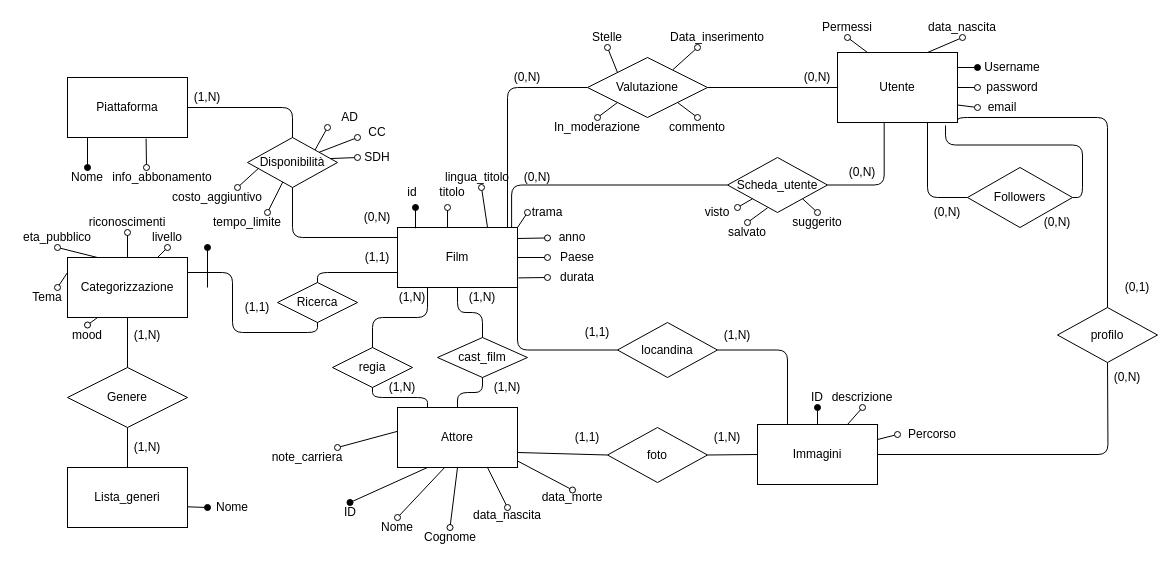
The draw.io diagram database/ER_film.drawio in alessioberton/TecWeb2021, before the edit. Source tidied: cells renumbered, new cells numbered last; positions are measured from the earlier drawing's top-left corner, leaving out a move shared by most shapes. Both pictures are drawn from the tidied source at 100%, with x=0, y=0 at pixel (17, 17).
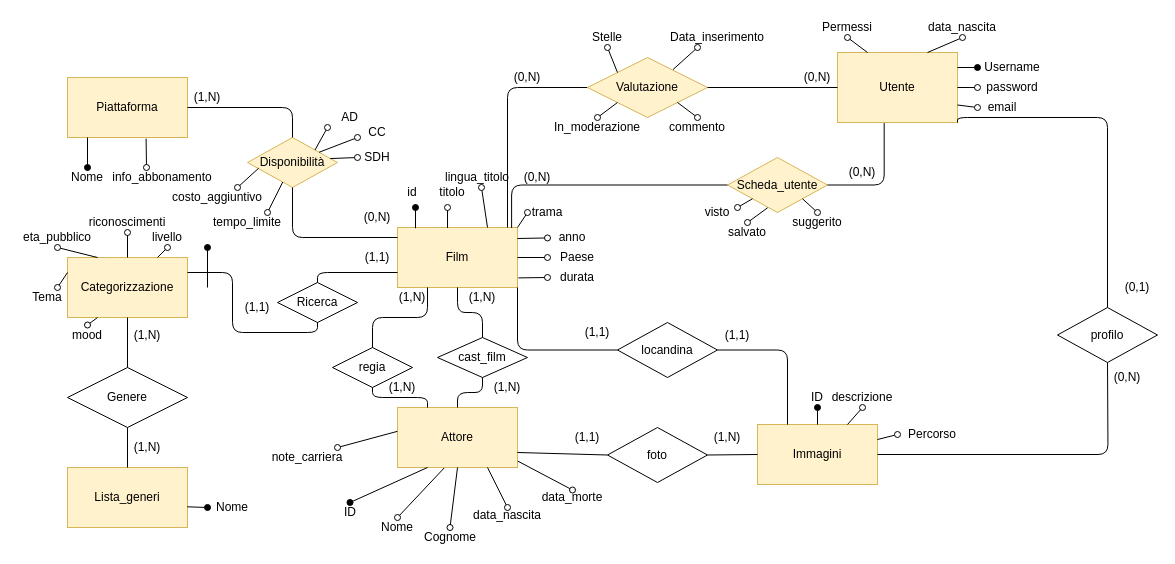
Above is the later version.

Commit message:
tolto follower schema er

What changed in the source:
```diff
@@
-    <mxCell id="2" value="Piattaforma" style="rounded=0;whiteSpace=wrap;html=1;" parent="1" vertex="1">
+    <mxCell id="2" value="Piattaforma" style="rounded=0;whiteSpace=wrap;html=1;fillColor=#fff2cc;strokeColor=#d6b656;" parent="1" vertex="1">
       <mxGeometry x="50" y="60" width="120" height="60" as="geometry" />
     </mxCell>
-    <mxCell id="3" value="Film" style="rounded=0;whiteSpace=wrap;html=1;" parent="1" vertex="1">
+    <mxCell id="3" value="Film" style="rounded=0;whiteSpace=wrap;html=1;fillColor=#fff2cc;strokeColor=#d6b656;" parent="1" vertex="1">
       <mxGeometry x="380" y="210" width="120" height="60" as="geometry" />
     </mxCell>
-    <mxCell id="4" value="Utente" style="rounded=0;whiteSpace=wrap;html=1;" parent="1" vertex="1">
+    <mxCell id="4" value="Utente" style="rounded=0;whiteSpace=wrap;html=1;fillColor=#fff2cc;strokeColor=#d6b656;" parent="1" vertex="1">
       <mxGeometry x="820" y="35" width="120" height="70" as="geometry" />
     </mxCell>
-    <mxCell id="5" value="Attore" style="rounded=0;whiteSpace=wrap;html=1;" parent="1" vertex="1">
+    <mxCell id="5" value="Attore" style="rounded=0;whiteSpace=wrap;html=1;fillColor=#fff2cc;strokeColor=#d6b656;" parent="1" vertex="1">
       <mxGeometry x="380" y="390" width="120" height="60" as="geometry" />
     </mxCell>
@@
-    <mxCell id="8" value="Disponibilità" style="rhombus;whiteSpace=wrap;html=1;" parent="1" vertex="1">
+    <mxCell id="8" value="Disponibilità" style="rhombus;whiteSpace=wrap;html=1;fillColor=#fff2cc;strokeColor=#d6b656;" parent="1" vertex="1">
       <mxGeometry x="230" y="120" width="90" height="50" as="geometry" />
     </mxCell>
@@
-    <mxCell id="40" value="Scheda_utente" style="rhombus;whiteSpace=wrap;html=1;align=center;" parent="1" vertex="1">
+    <mxCell id="40" value="Scheda_utente" style="rhombus;whiteSpace=wrap;html=1;align=center;fillColor=#fff2cc;strokeColor=#d6b656;" parent="1" vertex="1">
       <mxGeometry x="710" y="140" width="100" height="55" as="geometry" />
     </mxCell>
@@
-    <mxCell id="43" value="Valutazione" style="rhombus;whiteSpace=wrap;html=1;align=center;" parent="1" vertex="1">
+    <mxCell id="43" value="Valutazione" style="rhombus;whiteSpace=wrap;html=1;align=center;fillColor=#fff2cc;strokeColor=#d6b656;" parent="1" vertex="1">
       <mxGeometry x="570" y="40" width="120" height="60" as="geometry" />
     </mxCell>
@@
-    <mxCell id="60" value="Followers" style="rhombus;whiteSpace=wrap;html=1;" parent="1" vertex="1">
-      <mxGeometry x="950" y="150" width="105" height="60" as="geometry" />
-    </mxCell>
-    <mxCell id="61" style="endArrow=none;html=1;exitX=0;exitY=0.5;exitDx=0;exitDy=0;entryX=0.75;entryY=1;entryDx=0;entryDy=0;edgeStyle=orthogonalEdgeStyle;" parent="1" edge="1" source="60" target="4">
-      <mxGeometry relative="1" as="geometry" />
-    </mxCell>
-    <mxCell id="62" value="(0,N)" style="text;html=1;strokeColor=none;fillColor=none;align=center;verticalAlign=middle;whiteSpace=wrap;rounded=0;" parent="1" vertex="1">
-      <mxGeometry x="1020" y="195" width="40" height="20" as="geometry" />
-    </mxCell>
-    <mxCell id="63" value="(0,N)" style="text;html=1;strokeColor=none;fillColor=none;align=center;verticalAlign=middle;whiteSpace=wrap;rounded=0;" parent="1" vertex="1">
-      <mxGeometry x="910" y="185" width="40" height="20" as="geometry" />
-    </mxCell>
@@
-    <mxCell id="73" value="Categorizzazione" style="rounded=0;whiteSpace=wrap;html=1;" parent="1" vertex="1">
+    <mxCell id="73" value="Categorizzazione" style="rounded=0;whiteSpace=wrap;html=1;fillColor=#fff2cc;strokeColor=#d6b656;" parent="1" vertex="1">
       <mxGeometry x="50" y="240" width="120" height="60" as="geometry" />
     </mxCell>
@@
-    <mxCell id="77" value="Immagini" style="rounded=0;whiteSpace=wrap;html=1;" parent="1" vertex="1">
+    <mxCell id="77" value="Immagini" style="rounded=0;whiteSpace=wrap;html=1;fillColor=#fff2cc;strokeColor=#d6b656;" parent="1" vertex="1">
       <mxGeometry x="740" y="407" width="120" height="60" as="geometry" />
     </mxCell>
@@
-    <mxCell id="79" value="Lista_generi" style="rounded=0;whiteSpace=wrap;html=1;" parent="1" vertex="1">
+    <mxCell id="79" value="Lista_generi" style="rounded=0;whiteSpace=wrap;html=1;fillColor=#fff2cc;strokeColor=#d6b656;" parent="1" vertex="1">
       <mxGeometry x="50" y="450" width="120" height="60" as="geometry" />
     </mxCell>
@@
-    <mxCell id="91" style="endArrow=none;html=1;entryX=0.9;entryY=1.043;entryDx=0;entryDy=0;entryPerimeter=0;exitX=1;exitY=0.5;exitDx=0;exitDy=0;edgeStyle=orthogonalEdgeStyle;" parent="1" edge="1" source="60" target="4">
-      <mxGeometry relative="1" as="geometry" />
-    </mxCell>
@@
-    <mxCell id="127" value="(1,N)" style="text;html=1;strokeColor=none;fillColor=none;align=center;verticalAlign=middle;whiteSpace=wrap;rounded=0;" parent="1" vertex="1">
+    <mxCell id="127" value="(1,1)" style="text;html=1;strokeColor=none;fillColor=none;align=center;verticalAlign=middle;whiteSpace=wrap;rounded=0;" parent="1" vertex="1">
       <mxGeometry x="700" y="307.5" width="40" height="20" as="geometry" />
     </mxCell>
```
